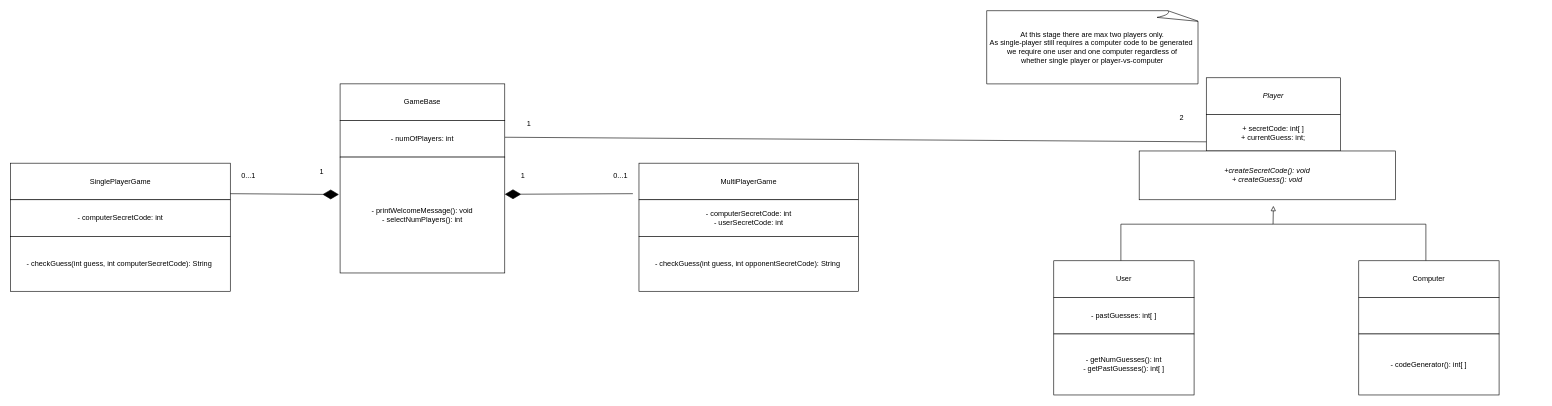
Before: Assignment2-UML.drawio in ben-porteous/CompSci718-Miscellaneous, a draw.io diagram. Source tidied: cells renumbered, new cells numbered last; positions are measured from the earlier drawing's top-left corner, leaving out a move shared by most shapes. Both pictures are drawn from the tidied source at 61%, with x=0, y=0 at pixel (10, 10).
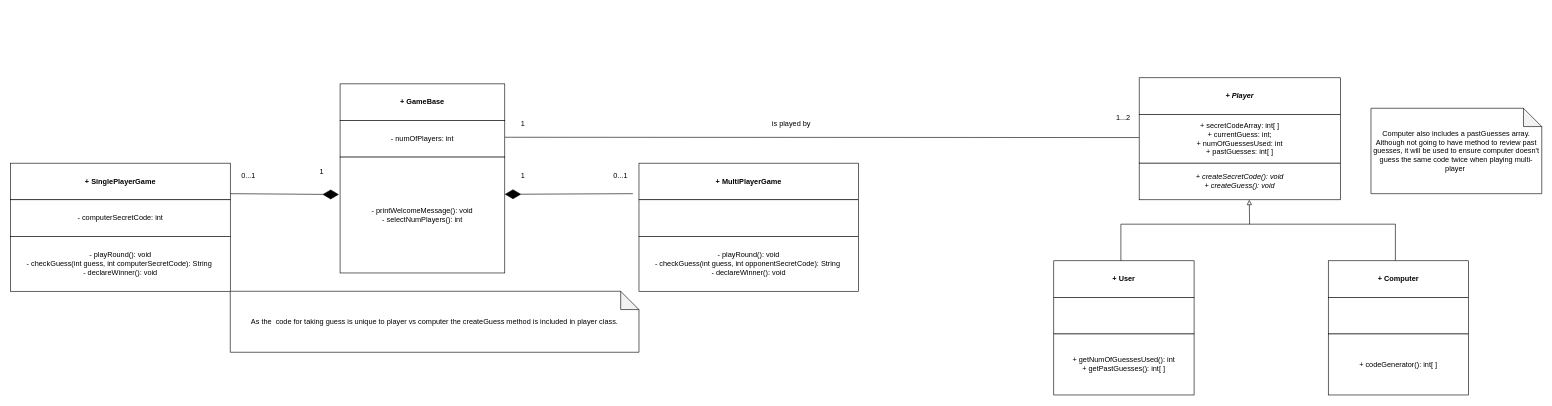
The same diagram, later.

Change to the diagram source:
```diff
@@
-    <mxCell id="2" value="&lt;i&gt;Player&lt;/i&gt;" style="rounded=0;whiteSpace=wrap;html=1;" parent="1" vertex="1">
-      <mxGeometry x="1960" y="110" width="220" height="60" as="geometry" />
+    <mxCell id="2" value="&lt;i&gt;+ Player&lt;/i&gt;" style="rounded=0;whiteSpace=wrap;html=1;fontStyle=1;" parent="1" vertex="1">
+      <mxGeometry x="1850" y="110" width="330" height="60" as="geometry" />
     </mxCell>
-    <mxCell id="3" value="+ secretCode: int[ ]&lt;div&gt;+ currentGuess: int;&lt;/div&gt;" style="rounded=0;whiteSpace=wrap;html=1;" parent="1" vertex="1">
-      <mxGeometry x="1960" y="170" width="220" height="60" as="geometry" />
+    <mxCell id="3" value="+ secretCodeArray: int[ ]&lt;div&gt;+ currentGuess: int;&lt;/div&gt;&lt;div&gt;+ numOfGuessesUsed: int&lt;/div&gt;&lt;div&gt;+ pastGuesses: int[ ]&lt;br&gt;&lt;/div&gt;" style="rounded=0;whiteSpace=wrap;html=1;" parent="1" vertex="1">
+      <mxGeometry x="1850" y="170" width="330" height="80" as="geometry" />
     </mxCell>
-    <mxCell id="4" value="&lt;div&gt;&lt;i&gt;+createSecretCode(): void&lt;/i&gt;&lt;/div&gt;&lt;div&gt;&lt;i&gt;+ createGuess(): void&lt;/i&gt;&lt;/div&gt;" style="rounded=0;whiteSpace=wrap;html=1;" parent="1" vertex="1">
-      <mxGeometry x="1850" y="230" width="420" height="80" as="geometry" />
+    <mxCell id="4" value="&lt;div&gt;&lt;i&gt;+ createSecretCode(): void&lt;/i&gt;&lt;/div&gt;&lt;div&gt;&lt;i&gt;+ createGuess(): void&lt;/i&gt;&lt;/div&gt;" style="rounded=0;whiteSpace=wrap;html=1;" parent="1" vertex="1">
+      <mxGeometry x="1850" y="250" width="330" height="60" as="geometry" />
     </mxCell>
@@
     <mxCell id="7" style="endArrow=none;html=1;rounded=0;" parent="1" edge="1">
       <mxGeometry relative="1" as="geometry">
         <mxPoint x="2070" y="350" as="sourcePoint" />
-        <mxPoint x="2320" y="350" as="targetPoint" />
+        <mxPoint x="2270" y="350" as="targetPoint" />
       </mxGeometry>
     </mxCell>
     <mxCell id="8" style="endArrow=none;html=1;rounded=0;" parent="1" edge="1">
       <mxGeometry relative="1" as="geometry">
-        <mxPoint x="2320" y="410" as="sourcePoint" />
-        <mxPoint x="2320" y="350" as="targetPoint" />
+        <mxPoint x="2270" y="410" as="sourcePoint" />
+        <mxPoint x="2270" y="350" as="targetPoint" />
       </mxGeometry>
     </mxCell>
     <mxCell id="9" style="endArrow=block;html=1;rounded=0;endFill=0;" parent="1" edge="1">
       <mxGeometry relative="1" as="geometry">
-        <mxPoint x="2069.5" y="350" as="sourcePoint" />
-        <mxPoint x="2070" y="320" as="targetPoint" />
+        <mxPoint x="2031" y="350" as="sourcePoint" />
+        <mxPoint x="2030.5" y="310" as="targetPoint" />
       </mxGeometry>
     </mxCell>
-    <mxCell id="10" value="User" style="rounded=0;whiteSpace=wrap;html=1;" parent="1" vertex="1">
+    <mxCell id="10" value="+ User" style="rounded=0;whiteSpace=wrap;html=1;fontStyle=1;" parent="1" vertex="1">
       <mxGeometry x="1710" y="410" width="230" height="60" as="geometry" />
     </mxCell>
-    <mxCell id="11" value="- pastGuesses: int[ ]" style="rounded=0;whiteSpace=wrap;html=1;" parent="1" vertex="1">
+    <mxCell id="11" style="rounded=0;whiteSpace=wrap;html=1;" parent="1" vertex="1">
       <mxGeometry x="1710" y="470" width="230" height="60" as="geometry" />
     </mxCell>
-    <mxCell id="12" value="- getNumGuesses(): int&lt;br&gt;&lt;div&gt;- getPastGuesses(): int[ ]&lt;br&gt;&lt;/div&gt;" style="rounded=0;whiteSpace=wrap;html=1;" parent="1" vertex="1">
+    <mxCell id="12" value="+ getNumOfGuessesUsed(): int&lt;br&gt;&lt;div&gt;+ getPastGuesses(): int[ ]&lt;br&gt;&lt;/div&gt;" style="rounded=0;whiteSpace=wrap;html=1;" parent="1" vertex="1">
       <mxGeometry x="1710" y="530" width="230" height="100" as="geometry" />
     </mxCell>
-    <mxCell id="13" value="Computer" style="rounded=0;whiteSpace=wrap;html=1;" parent="1" vertex="1">
-      <mxGeometry x="2210" y="410" width="230" height="60" as="geometry" />
+    <mxCell id="13" value="+ Computer" style="rounded=0;whiteSpace=wrap;html=1;fontStyle=1;" parent="1" vertex="1">
+      <mxGeometry x="2160" y="410" width="230" height="60" as="geometry" />
     </mxCell>
     <mxCell id="14" style="rounded=0;whiteSpace=wrap;html=1;" parent="1" vertex="1">
-      <mxGeometry x="2210" y="470" width="230" height="60" as="geometry" />
+      <mxGeometry x="2160" y="470" width="230" height="60" as="geometry" />
     </mxCell>
-    <mxCell id="15" value="- codeGenerator(): int[ ]" style="rounded=0;whiteSpace=wrap;html=1;" parent="1" vertex="1">
-      <mxGeometry x="2210" y="530" width="230" height="100" as="geometry" />
+    <mxCell id="15" value="+ codeGenerator(): int[ ]" style="rounded=0;whiteSpace=wrap;html=1;" parent="1" vertex="1">
+      <mxGeometry x="2160" y="530" width="230" height="100" as="geometry" />
     </mxCell>
-    <mxCell id="16" style="endArrow=none;html=1;rounded=0;entryX=0;entryY=0.75;entryDx=0;entryDy=0;exitX=1;exitY=0.25;exitDx=0;exitDy=0;" parent="1" edge="1" target="3">
+    <mxCell id="16" style="endArrow=none;html=1;rounded=0;exitX=1;exitY=0.25;exitDx=0;exitDy=0;" parent="1" edge="1">
       <mxGeometry relative="1" as="geometry">
         <mxPoint x="810" y="207.5" as="sourcePoint" />
+        <mxPoint x="1850" y="208" as="targetPoint" />
       </mxGeometry>
     </mxCell>
-    <mxCell id="17" value="GameBase" style="rounded=0;whiteSpace=wrap;html=1;" parent="1" vertex="1">
+    <mxCell id="17" value="+ GameBase" style="rounded=0;whiteSpace=wrap;html=1;fontStyle=1;" parent="1" vertex="1">
       <mxGeometry x="540" y="120" width="270" height="60" as="geometry" />
     </mxCell>
@@
     <mxCell id="20" value="1" style="text;html=1;align=center;verticalAlign=middle;whiteSpace=wrap;rounded=0;" parent="1" vertex="1">
-      <mxGeometry x="820" y="170" width="60" height="30" as="geometry" />
+      <mxGeometry x="810" y="170" width="60" height="30" as="geometry" />
     </mxCell>
-    <mxCell id="21" value="2" style="text;html=1;align=center;verticalAlign=middle;whiteSpace=wrap;rounded=0;" parent="1" vertex="1">
-      <mxGeometry x="1890" y="160" width="60" height="30" as="geometry" />
+    <mxCell id="21" value="1...2" style="text;html=1;align=center;verticalAlign=middle;whiteSpace=wrap;rounded=0;" parent="1" vertex="1">
+      <mxGeometry x="1794" y="160" width="60" height="30" as="geometry" />
     </mxCell>
-    <mxCell id="22" value="SinglePlayerGame" style="rounded=0;whiteSpace=wrap;html=1;" parent="1" vertex="1">
+    <mxCell id="22" value="+ SinglePlayerGame" style="rounded=0;whiteSpace=wrap;html=1;fontStyle=1;" parent="1" vertex="1">
       <mxGeometry y="250" width="360" height="60" as="geometry" />
     </mxCell>
@@
-    <mxCell id="24" value="&lt;div&gt;- checkGuess(int guess, int computerSecretCode): String&amp;nbsp;&lt;/div&gt;" style="rounded=0;whiteSpace=wrap;html=1;" parent="1" vertex="1">
+    <mxCell id="24" value="&lt;div&gt;- playRound(): void&lt;/div&gt;&lt;div&gt;- checkGuess(int guess, int computerSecretCode): String&amp;nbsp;&lt;/div&gt;&lt;div&gt;- declareWinner(): void&lt;/div&gt;" style="rounded=0;whiteSpace=wrap;html=1;" parent="1" vertex="1">
       <mxGeometry y="370" width="360" height="90" as="geometry" />
     </mxCell>
-    <mxCell id="25" value="MultiPlayerGame" style="rounded=0;whiteSpace=wrap;html=1;" parent="1" vertex="1">
+    <mxCell id="25" value="+ MultiPlayerGame" style="rounded=0;whiteSpace=wrap;html=1;fontStyle=1;" parent="1" vertex="1">
       <mxGeometry x="1030" y="250" width="360" height="60" as="geometry" />
     </mxCell>
-    <mxCell id="26" value="- computerSecretCode: int&lt;div&gt;- userSecretCode: int&lt;/div&gt;" style="rounded=0;whiteSpace=wrap;html=1;" parent="1" vertex="1">
+    <mxCell id="26" style="rounded=0;whiteSpace=wrap;html=1;" parent="1" vertex="1">
       <mxGeometry x="1030" y="310" width="360" height="60" as="geometry" />
     </mxCell>
-    <mxCell id="27" value="&lt;span style=&quot;white-space: nowrap;&quot;&gt;At this stage there are max two players only.&amp;nbsp;&lt;/span&gt;&lt;div&gt;&lt;span style=&quot;text-wrap: nowrap;&quot;&gt;As single-player still requires a computer code&lt;/span&gt;&lt;span style=&quot;white-space: nowrap;&quot;&gt;&amp;nbsp;to be generated&amp;nbsp;&lt;/span&gt;&lt;span style=&quot;white-space: nowrap;&quot;&gt;&amp;nbsp;&lt;/span&gt;&lt;/div&gt;&lt;div&gt;&lt;div style=&quot;white-space: nowrap;&quot;&gt;we require one user and one computer regardless of&amp;nbsp;&lt;/div&gt;&lt;div style=&quot;white-space: nowrap;&quot;&gt;whether single player or player-vs-computer&amp;nbsp;&lt;/div&gt;&lt;/div&gt;" style="whiteSpace=wrap;html=1;shape=mxgraph.basic.document;overflow=visible;" parent="1" vertex="1">
-      <mxGeometry x="1600" width="350" height="120" as="geometry" />
-    </mxCell>
@@
-    <mxCell id="34" value="&lt;div&gt;- checkGuess(int guess, int opponentSecretCode): String&amp;nbsp;&lt;/div&gt;" style="rounded=0;whiteSpace=wrap;html=1;" parent="1" vertex="1">
+    <mxCell id="34" value="&lt;div&gt;- playRound(): void&lt;/div&gt;&lt;div&gt;- checkGuess(int guess, int opponentSecretCode): String&amp;nbsp;&lt;/div&gt;&lt;div&gt;- declareWinner(): void&lt;/div&gt;" style="rounded=0;whiteSpace=wrap;html=1;" parent="1" vertex="1">
       <mxGeometry x="1030" y="370" width="360" height="90" as="geometry" />
     </mxCell>
+    <mxCell id="35" value="is played by" style="text;html=1;align=center;verticalAlign=middle;whiteSpace=wrap;rounded=0;" parent="1" vertex="1">
+      <mxGeometry x="1230" y="170" width="100" height="30" as="geometry" />
+    </mxCell>
+    <mxCell id="36" value="Computer also includes a pastGuesses array. Although not going to have method to review past guesses, it will be used to ensure computer doesn't guess the same code twice when playing multi-player&amp;nbsp;" style="shape=note;whiteSpace=wrap;html=1;backgroundOutline=1;darkOpacity=0.05;fillOpacity=70;" parent="1" vertex="1">
+      <mxGeometry x="2230" y="160" width="280" height="140" as="geometry" />
+    </mxCell>
+    <mxCell id="37" value="As the &amp;nbsp;code for taking guess is unique to player vs computer the createGuess method is included in player class." style="shape=note;whiteSpace=wrap;html=1;backgroundOutline=1;darkOpacity=0.05;" parent="1" vertex="1">
+      <mxGeometry x="360" y="460" width="670" height="100" as="geometry" />
+    </mxCell>
```
